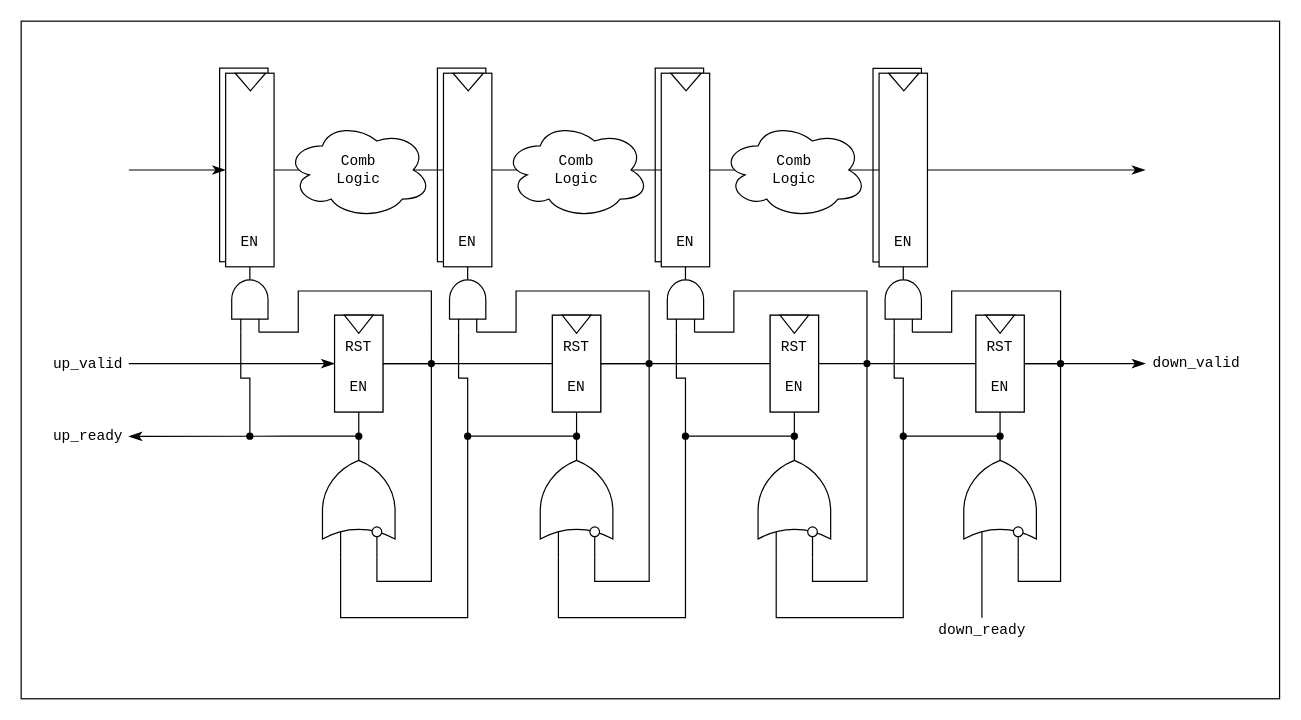
nlGillity/hdl-mul keeps this draw.io diagram as drawio/backpressure.drawio. Above is the earlier version. Source tidied: cells renumbered, new cells numbered last; positions are measured from the earlier drawing's top-left corner, leaving out a move shared by most shapes. Both pictures are drawn from the tidied source at 121%, with x=0, y=0 at pixel (21, 21).
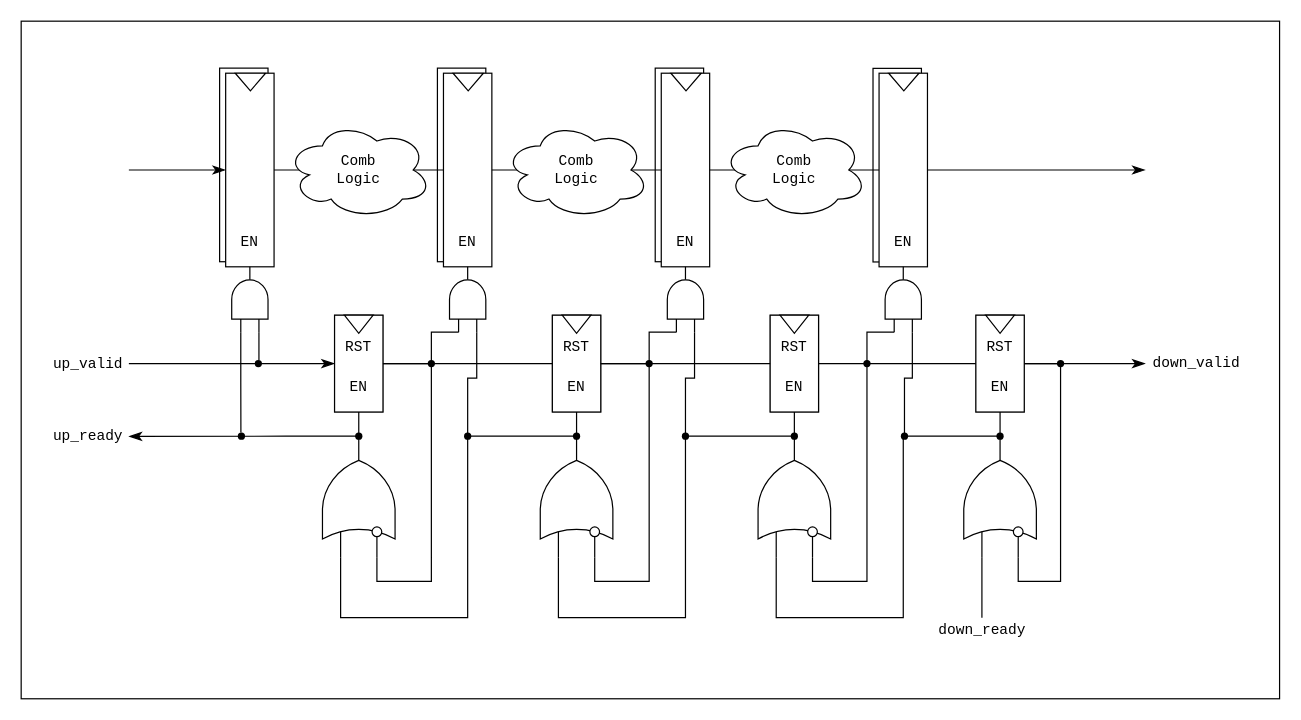
After the change.

Unchanged cells that the change refers to:
```xml
<mxCell id="81" style="shape=waypoint;sketch=0;size=6;points=[];fillColor=none;perimeter=centerPerimeter;snapToPoint=1;fontFamily=Helvetica;fontSize=12;fontColor=default;labelBackgroundColor=default;" parent="1" vertex="1">
  <mxGeometry x="689" y="273" width="20" height="20" as="geometry" />
</mxCell>
<mxCell id="85" style="shape=waypoint;sketch=0;size=6;points=[];fillColor=none;perimeter=centerPerimeter;snapToPoint=1;fontFamily=Helvetica;fontSize=12;fontColor=default;labelBackgroundColor=default;" parent="1" vertex="1">
  <mxGeometry x="539" y="333" width="20" height="20" as="geometry" />
</mxCell>
<mxCell id="91" style="shape=waypoint;sketch=0;size=6;points=[];fillColor=none;perimeter=centerPerimeter;snapToPoint=1;fontFamily=Helvetica;fontSize=12;fontColor=default;labelBackgroundColor=default;" parent="1" vertex="1">
  <mxGeometry x="359" y="333" width="20" height="20" as="geometry" />
</mxCell>
<mxCell id="92" style="shape=waypoint;sketch=0;size=6;points=[];fillColor=none;perimeter=centerPerimeter;snapToPoint=1;fontFamily=Helvetica;fontSize=12;fontColor=default;labelBackgroundColor=default;" parent="1" vertex="1">
  <mxGeometry x="329" y="273" width="20" height="20" as="geometry" />
</mxCell>
<mxCell id="95" style="shape=waypoint;sketch=0;size=6;points=[];fillColor=none;perimeter=centerPerimeter;snapToPoint=1;fontFamily=Helvetica;fontSize=12;fontColor=default;labelBackgroundColor=default;" parent="1" vertex="1">
  <mxGeometry x="509" y="273" width="20" height="20" as="geometry" />
</mxCell>
<mxCell id="96" style="shape=waypoint;sketch=0;size=6;points=[];fillColor=none;perimeter=centerPerimeter;snapToPoint=1;fontFamily=Helvetica;fontSize=12;fontColor=default;labelBackgroundColor=default;" parent="1" vertex="1">
  <mxGeometry x="849" y="273" width="20" height="20" as="geometry" />
</mxCell>
<mxCell id="97" style="verticalLabelPosition=bottom;shadow=0;dashed=0;align=center;html=1;verticalAlign=top;shape=mxgraph.electrical.logic_gates.logic_gate;operation=and;rotation=-90;" parent="1" vertex="1">
  <mxGeometry x="702" y="215" width="54" height="30" as="geometry" />
</mxCell>
```

The edit, as a diff of the source:
```diff
@@
     <mxCell id="80" style="shape=waypoint;sketch=0;size=6;points=[];fillColor=none;perimeter=centerPerimeter;snapToPoint=1;fontFamily=Helvetica;fontSize=12;fontColor=default;labelBackgroundColor=default;" parent="1" vertex="1">
-      <mxGeometry x="719" y="333" width="20" height="20" as="geometry" />
+      <mxGeometry x="720" y="333" width="20" height="20" as="geometry" />
     </mxCell>
@@
-    <mxCell id="94" style="shape=waypoint;sketch=0;size=6;points=[];fillColor=none;perimeter=centerPerimeter;snapToPoint=1;fontFamily=Helvetica;fontSize=12;fontColor=default;labelBackgroundColor=default;" parent="1" vertex="1">
-      <mxGeometry x="179" y="333" width="20" height="20" as="geometry" />
-    </mxCell>
@@
+    <mxCell id="109" style="edgeStyle=orthogonalEdgeStyle;shape=connector;rounded=0;jettySize=auto;html=1;exitX=0;exitY=0.75;exitDx=0;exitDy=0;exitPerimeter=0;strokeColor=default;align=center;verticalAlign=middle;fontFamily=Helvetica;fontSize=11;fontColor=default;labelBackgroundColor=default;endArrow=none;endFill=0;" parent="1" edge="1" source="100" target="85">
+      <mxGeometry relative="1" as="geometry" />
+    </mxCell>
+    <mxCell id="100" style="verticalLabelPosition=bottom;shadow=0;dashed=0;align=center;html=1;verticalAlign=top;shape=mxgraph.electrical.logic_gates.logic_gate;operation=and;rotation=-90;" parent="1" vertex="1">
+      <mxGeometry x="522" y="215" width="54" height="30" as="geometry" />
+    </mxCell>
+    <mxCell id="103" style="verticalLabelPosition=bottom;shadow=0;dashed=0;align=center;html=1;verticalAlign=top;shape=mxgraph.electrical.logic_gates.logic_gate;operation=and;rotation=-90;" parent="1" vertex="1">
+      <mxGeometry x="342" y="215" width="54" height="30" as="geometry" />
+    </mxCell>
+    <mxCell id="110" style="edgeStyle=orthogonalEdgeStyle;shape=connector;rounded=0;jettySize=auto;html=1;exitX=0;exitY=0.25;exitDx=0;exitDy=0;exitPerimeter=0;strokeColor=default;align=center;verticalAlign=middle;fontFamily=Helvetica;fontSize=11;fontColor=default;labelBackgroundColor=default;endArrow=none;endFill=0;" parent="1" edge="1" source="106">
+      <mxGeometry relative="1" as="geometry">
+        <mxPoint x="181.6" y="340" as="targetPoint" />
+      </mxGeometry>
+    </mxCell>
+    <mxCell id="111" style="edgeStyle=orthogonalEdgeStyle;shape=connector;rounded=0;jettySize=auto;html=1;exitX=0;exitY=0.75;exitDx=0;exitDy=0;exitPerimeter=0;strokeColor=default;align=center;verticalAlign=middle;fontFamily=Helvetica;fontSize=11;fontColor=default;labelBackgroundColor=default;endArrow=none;endFill=0;" parent="1" edge="1" source="106">
+      <mxGeometry relative="1" as="geometry">
+        <mxPoint x="196.5" y="280" as="targetPoint" />
+      </mxGeometry>
+    </mxCell>
+    <mxCell id="106" style="verticalLabelPosition=bottom;shadow=0;dashed=0;align=center;html=1;verticalAlign=top;shape=mxgraph.electrical.logic_gates.logic_gate;operation=and;rotation=-90;" parent="1" vertex="1">
+      <mxGeometry x="162" y="215" width="54" height="30" as="geometry" />
+    </mxCell>
+    <mxCell id="112" style="shape=waypoint;sketch=0;size=6;fillColor=none;perimeter=centerPerimeter;fontFamily=Helvetica;fontSize=11;fontColor=default;labelBackgroundColor=default;" parent="1" vertex="1">
+      <mxGeometry x="172" y="333" width="20" height="20" as="geometry" />
+    </mxCell>
+    <mxCell id="113" style="shape=waypoint;sketch=0;size=6;fillColor=none;perimeter=centerPerimeter;fontFamily=Helvetica;fontSize=11;fontColor=default;labelBackgroundColor=default;" parent="1" vertex="1">
+      <mxGeometry x="186" y="273" width="20" height="20" as="geometry" />
+    </mxCell>
-    <mxCell id="98" style="edgeStyle=orthogonalEdgeStyle;rounded=0;jettySize=auto;html=1;entryX=0;entryY=0.25;entryDx=0;entryDy=0;entryPerimeter=0;endArrow=none;endFill=0;" parent="1" edge="1" source="80" target="97">
+    <mxCell id="98" style="edgeStyle=orthogonalEdgeStyle;shape=connector;rounded=0;jettySize=auto;html=1;entryX=0;entryY=0.75;entryDx=0;entryDy=0;entryPerimeter=0;strokeColor=default;align=center;verticalAlign=middle;fontFamily=Helvetica;fontSize=11;fontColor=default;labelBackgroundColor=default;endArrow=none;endFill=0;" parent="1" edge="1" source="80" target="97">
       <mxGeometry relative="1" as="geometry" />
     </mxCell>
-    <mxCell id="99" style="edgeStyle=orthogonalEdgeStyle;shape=connector;rounded=0;jettySize=auto;html=1;entryX=0;entryY=0.75;entryDx=0;entryDy=0;entryPerimeter=0;strokeColor=default;align=center;verticalAlign=middle;fontFamily=Helvetica;fontSize=11;fontColor=default;labelBackgroundColor=default;endArrow=none;endFill=0;" parent="1" edge="1" source="96" target="97">
-      <mxGeometry relative="1" as="geometry">
-        <Array as="points">
-          <mxPoint x="859" y="223" />
-          <mxPoint x="769" y="223" />
-          <mxPoint x="769" y="257" />
-        </Array>
-      </mxGeometry>
-    </mxCell>
-    <mxCell id="100" style="verticalLabelPosition=bottom;shadow=0;dashed=0;align=center;html=1;verticalAlign=top;shape=mxgraph.electrical.logic_gates.logic_gate;operation=and;rotation=-90;" parent="1" vertex="1">
-      <mxGeometry x="522" y="215" width="54" height="30" as="geometry" />
-    </mxCell>
-    <mxCell id="101" style="edgeStyle=orthogonalEdgeStyle;shape=connector;rounded=0;jettySize=auto;html=1;entryX=0;entryY=0.25;entryDx=0;entryDy=0;entryPerimeter=0;strokeColor=default;align=center;verticalAlign=middle;fontFamily=Helvetica;fontSize=11;fontColor=default;labelBackgroundColor=default;endArrow=none;endFill=0;" parent="1" edge="1" source="85" target="100">
-      <mxGeometry relative="1" as="geometry" />
-    </mxCell>
-    <mxCell id="102" style="edgeStyle=orthogonalEdgeStyle;shape=connector;rounded=0;jettySize=auto;html=1;entryX=0;entryY=0.75;entryDx=0;entryDy=0;entryPerimeter=0;strokeColor=default;align=center;verticalAlign=middle;fontFamily=Helvetica;fontSize=11;fontColor=default;labelBackgroundColor=default;endArrow=none;endFill=0;" parent="1" edge="1" source="81" target="100">
-      <mxGeometry relative="1" as="geometry">
-        <Array as="points">
-          <mxPoint x="699" y="223" />
-          <mxPoint x="589" y="223" />
-          <mxPoint x="589" y="257" />
-        </Array>
-      </mxGeometry>
-    </mxCell>
-    <mxCell id="103" style="verticalLabelPosition=bottom;shadow=0;dashed=0;align=center;html=1;verticalAlign=top;shape=mxgraph.electrical.logic_gates.logic_gate;operation=and;rotation=-90;" parent="1" vertex="1">
-      <mxGeometry x="342" y="215" width="54" height="30" as="geometry" />
-    </mxCell>
-    <mxCell id="104" style="edgeStyle=orthogonalEdgeStyle;shape=connector;rounded=0;jettySize=auto;html=1;entryX=0;entryY=0.25;entryDx=0;entryDy=0;entryPerimeter=0;strokeColor=default;align=center;verticalAlign=middle;fontFamily=Helvetica;fontSize=11;fontColor=default;labelBackgroundColor=default;endArrow=none;endFill=0;" parent="1" edge="1" source="91" target="103">
-      <mxGeometry relative="1" as="geometry" />
-    </mxCell>
-    <mxCell id="105" style="edgeStyle=orthogonalEdgeStyle;shape=connector;rounded=0;jettySize=auto;html=1;entryX=0;entryY=0.75;entryDx=0;entryDy=0;entryPerimeter=0;strokeColor=default;align=center;verticalAlign=middle;fontFamily=Helvetica;fontSize=11;fontColor=default;labelBackgroundColor=default;endArrow=none;endFill=0;" parent="1" edge="1" source="95" target="103">
-      <mxGeometry relative="1" as="geometry">
-        <Array as="points">
-          <mxPoint x="519" y="223" />
-          <mxPoint x="409" y="223" />
-          <mxPoint x="409" y="257" />
-        </Array>
-      </mxGeometry>
-    </mxCell>
-    <mxCell id="106" style="verticalLabelPosition=bottom;shadow=0;dashed=0;align=center;html=1;verticalAlign=top;shape=mxgraph.electrical.logic_gates.logic_gate;operation=and;rotation=-90;" parent="1" vertex="1">
-      <mxGeometry x="162" y="215" width="54" height="30" as="geometry" />
-    </mxCell>
-    <mxCell id="107" style="edgeStyle=orthogonalEdgeStyle;shape=connector;rounded=0;jettySize=auto;html=1;entryX=0;entryY=0.75;entryDx=0;entryDy=0;entryPerimeter=0;strokeColor=default;align=center;verticalAlign=middle;fontFamily=Helvetica;fontSize=11;fontColor=default;labelBackgroundColor=default;endArrow=none;endFill=0;" parent="1" edge="1" source="92" target="106">
-      <mxGeometry relative="1" as="geometry">
-        <Array as="points">
-          <mxPoint x="339" y="223" />
-          <mxPoint x="229" y="223" />
-          <mxPoint x="229" y="257" />
-        </Array>
-      </mxGeometry>
-    </mxCell>
-    <mxCell id="108" style="edgeStyle=orthogonalEdgeStyle;shape=connector;rounded=0;jettySize=auto;html=1;entryX=0;entryY=0.25;entryDx=0;entryDy=0;entryPerimeter=0;strokeColor=default;align=center;verticalAlign=middle;fontFamily=Helvetica;fontSize=11;fontColor=default;labelBackgroundColor=default;endArrow=none;endFill=0;" parent="1" edge="1" source="94" target="106">
-      <mxGeometry relative="1" as="geometry" />
-    </mxCell>
+    <mxCell id="114" style="edgeStyle=orthogonalEdgeStyle;shape=connector;rounded=0;jettySize=auto;html=1;exitX=0;exitY=0.25;exitDx=0;exitDy=0;exitPerimeter=0;entryX=0.59;entryY=0.7;entryDx=0;entryDy=0;entryPerimeter=0;strokeColor=default;align=center;verticalAlign=middle;fontFamily=Helvetica;fontSize=11;fontColor=default;labelBackgroundColor=default;endArrow=none;endFill=0;" parent="1" edge="1" source="97" target="81">
+      <mxGeometry relative="1" as="geometry" />
+    </mxCell>
+    <mxCell id="115" style="edgeStyle=orthogonalEdgeStyle;shape=connector;rounded=0;jettySize=auto;html=1;exitX=0;exitY=0.25;exitDx=0;exitDy=0;exitPerimeter=0;entryX=0.59;entryY=0.35;entryDx=0;entryDy=0;entryPerimeter=0;strokeColor=default;align=center;verticalAlign=middle;fontFamily=Helvetica;fontSize=11;fontColor=default;labelBackgroundColor=default;endArrow=none;endFill=0;" parent="1" edge="1" source="100" target="95">
+      <mxGeometry relative="1" as="geometry" />
+    </mxCell>
+    <mxCell id="116" style="edgeStyle=orthogonalEdgeStyle;shape=connector;rounded=0;jettySize=auto;html=1;exitX=0;exitY=0.75;exitDx=0;exitDy=0;exitPerimeter=0;entryX=0.75;entryY=0.13;entryDx=0;entryDy=0;entryPerimeter=0;strokeColor=default;align=center;verticalAlign=middle;fontFamily=Helvetica;fontSize=11;fontColor=default;labelBackgroundColor=default;endArrow=none;endFill=0;" parent="1" edge="1" source="103" target="91">
+      <mxGeometry relative="1" as="geometry" />
+    </mxCell>
+    <mxCell id="117" style="edgeStyle=orthogonalEdgeStyle;shape=connector;rounded=0;jettySize=auto;html=1;exitX=0;exitY=0.25;exitDx=0;exitDy=0;exitPerimeter=0;entryX=0.58;entryY=0.34;entryDx=0;entryDy=0;entryPerimeter=0;strokeColor=default;align=center;verticalAlign=middle;fontFamily=Helvetica;fontSize=11;fontColor=default;labelBackgroundColor=default;endArrow=none;endFill=0;" parent="1" edge="1" source="103" target="92">
+      <mxGeometry relative="1" as="geometry" />
+    </mxCell>
```
